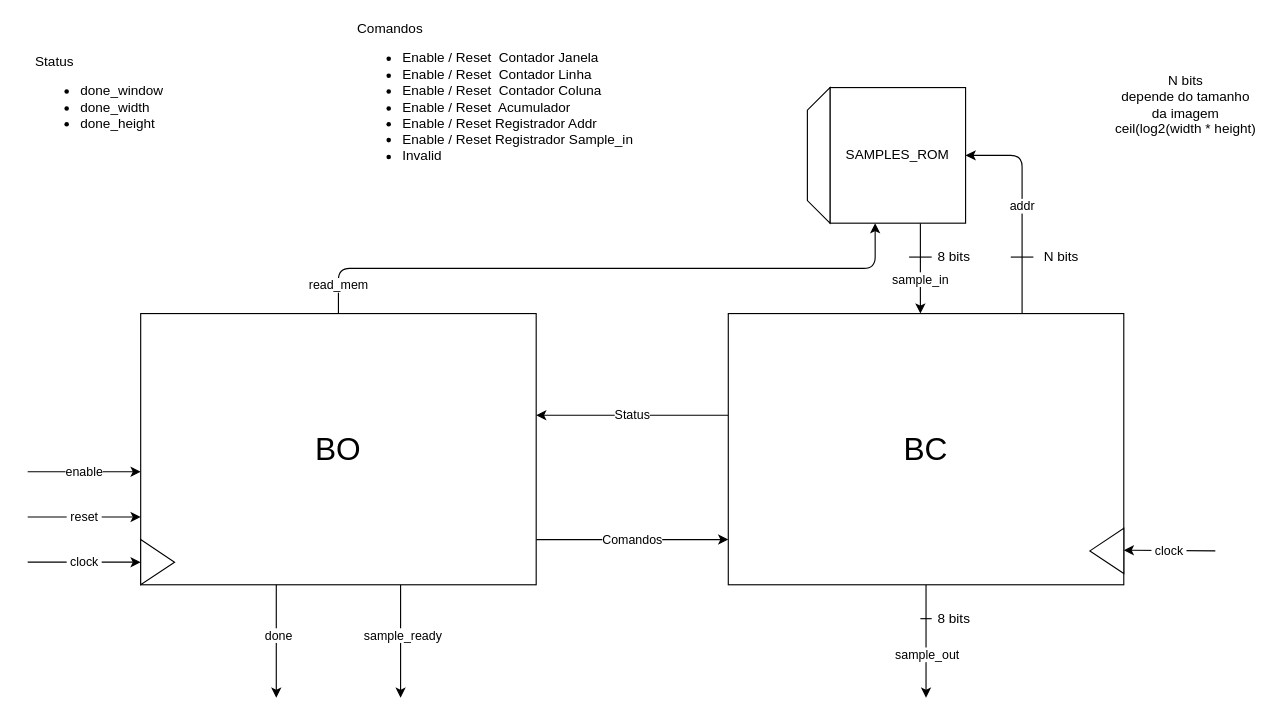
Earlier version of the draw.io diagram diagrams/bo-bc.drawio (nairel-git/convolution_module). Source tidied: cells renumbered, new cells numbered last; positions are measured from the earlier drawing's top-left corner, leaving out a move shared by most shapes. Both pictures are drawn from the tidied source at 113%, with x=0, y=0 at pixel (27, 19).
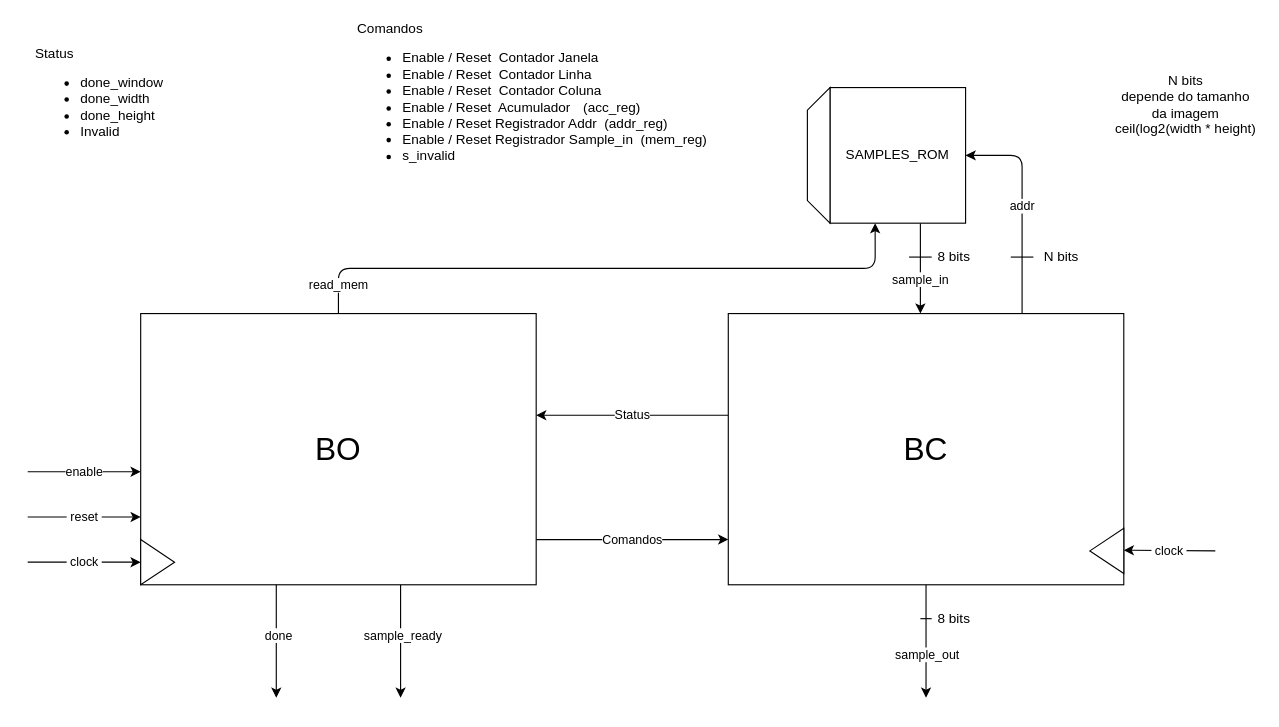
Above is the later version.

Commit message (it also covers changes not shown here):
arrumar sinais de controle e status bo-bc e datapath

What changed in the source:
```diff
@@
-    <mxCell id="29" value="Status&lt;div&gt;&lt;ul&gt;&lt;li&gt;done_window&lt;/li&gt;&lt;li&gt;done_width&lt;/li&gt;&lt;li&gt;done_height&lt;/li&gt;&lt;/ul&gt;&lt;/div&gt;" style="text;html=1;align=left;verticalAlign=middle;whiteSpace=wrap;rounded=0;" parent="1" vertex="1">
+    <mxCell id="29" value="Status&lt;div&gt;&lt;ul&gt;&lt;li&gt;done_window&lt;/li&gt;&lt;li&gt;done_width&lt;/li&gt;&lt;li&gt;done_height&lt;/li&gt;&lt;li&gt;Invalid&lt;/li&gt;&lt;/ul&gt;&lt;/div&gt;" style="text;html=1;align=left;verticalAlign=middle;whiteSpace=wrap;rounded=0;" parent="1" vertex="1">
       <mxGeometry x="5" width="220" height="140" as="geometry" />
     </mxCell>
-    <mxCell id="30" value="Comandos&lt;div&gt;&lt;ul&gt;&lt;li&gt;Enable / Reset&amp;nbsp; Contador Janela&lt;/li&gt;&lt;li&gt;Enable / Reset&amp;nbsp; Contador Linha&lt;/li&gt;&lt;li&gt;Enable / Reset&amp;nbsp; Contador Coluna&lt;/li&gt;&lt;li&gt;Enable / Reset&amp;nbsp; Acumulador&lt;span style=&quot;white-space: pre;&quot;&gt;&#9;&lt;/span&gt;&lt;/li&gt;&lt;li&gt;Enable / Reset Registrador Addr&lt;/li&gt;&lt;li&gt;Enable / Reset Registrador Sample_in&lt;/li&gt;&lt;li&gt;Invalid&lt;/li&gt;&lt;/ul&gt;&lt;/div&gt;" style="text;html=1;align=left;verticalAlign=middle;whiteSpace=wrap;rounded=0;" parent="1" vertex="1">
-      <mxGeometry x="290" width="270" height="140" as="geometry" />
+    <mxCell id="30" value="Comandos&lt;div&gt;&lt;ul&gt;&lt;li&gt;Enable / Reset&amp;nbsp; Contador Janela&lt;/li&gt;&lt;li&gt;Enable / Reset&amp;nbsp; Contador Linha&lt;/li&gt;&lt;li&gt;Enable / Reset&amp;nbsp; Contador Coluna&lt;/li&gt;&lt;li&gt;Enable / Reset&amp;nbsp; Acumulador&lt;span style=&quot;white-space: pre;&quot;&gt;&#9;&lt;/span&gt;(acc_reg)&lt;/li&gt;&lt;li&gt;Enable / Reset Registrador Addr&amp;nbsp; (addr_reg)&lt;/li&gt;&lt;li&gt;Enable / Reset Registrador Sample_in&amp;nbsp; (mem_reg)&lt;/li&gt;&lt;li&gt;s_invalid&lt;/li&gt;&lt;/ul&gt;&lt;/div&gt;" style="text;html=1;align=left;verticalAlign=middle;whiteSpace=wrap;rounded=0;" parent="1" vertex="1">
+      <mxGeometry x="290" width="340" height="140" as="geometry" />
     </mxCell>
```
